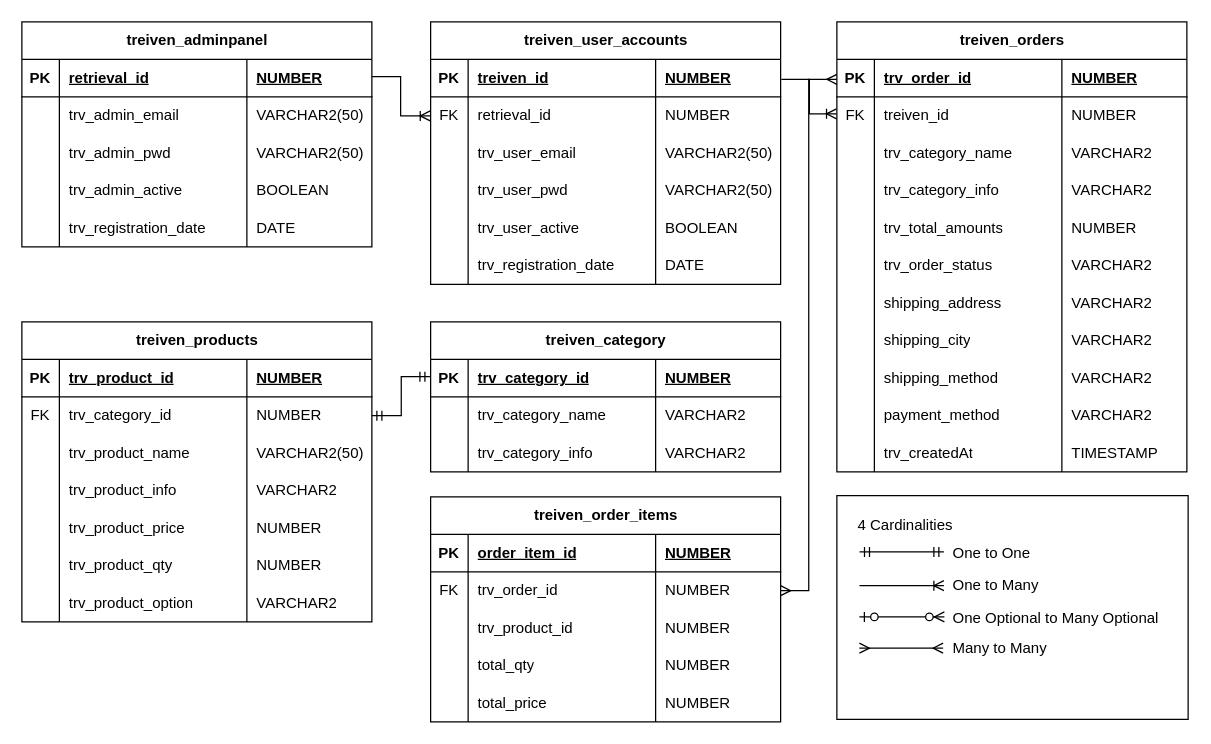
Above: public/treiven.drawio in lash0000/im101 (draw.io), before the change. Source tidied: cells renumbered, new cells numbered last; positions are measured from the earlier drawing's top-left corner, leaving out a move shared by most shapes. Both pictures are drawn from the tidied source at 125%, with x=0, y=0 at pixel (21, 21).
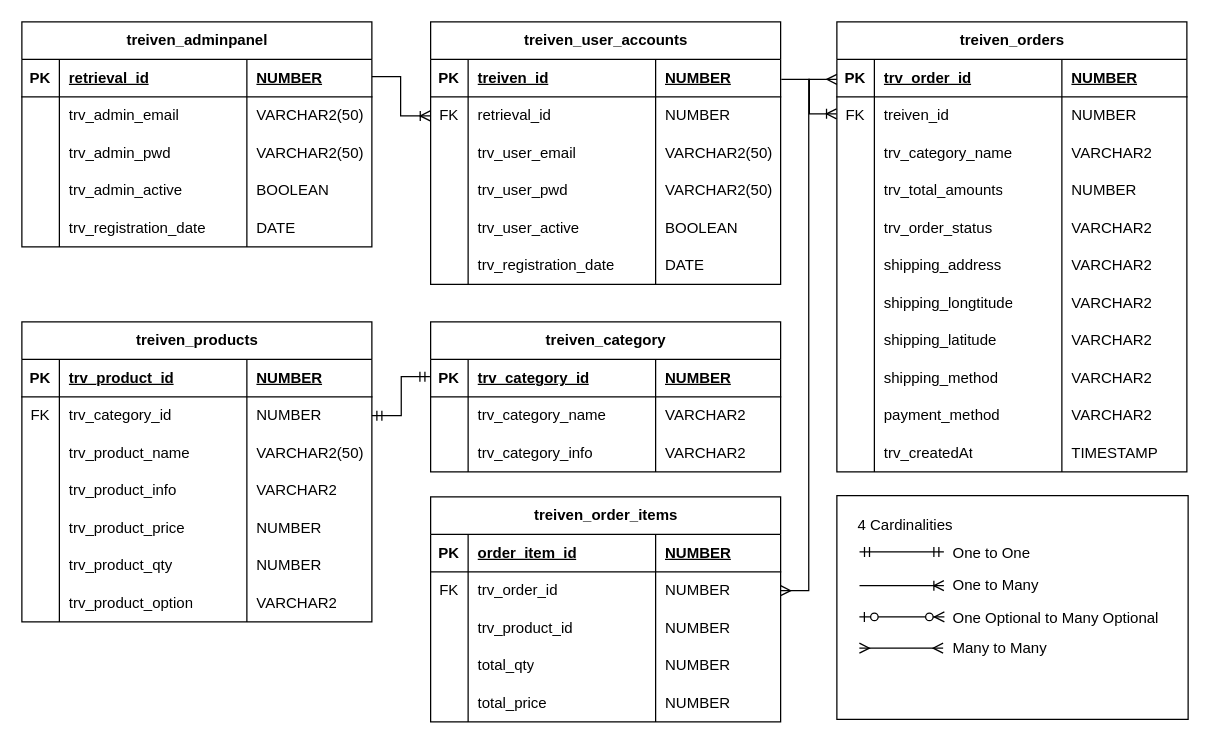
The same page after the edit.

Commit message:
merging ships

Unchanged cells that the change refers to:
```xml
<mxCell id="111" value="treiven_orders" style="shape=table;startSize=30;childLayout=tableLayout;rowLines=0;fontStyle=1;align=center;html=1;" parent="1" vertex="1">
  <mxGeometry x="652" width="280" height="360" as="geometry" />
</mxCell>
```

Change to the diagram source:
```diff
@@
-    <mxCell id="124" style="shape=tableRow;horizontal=0;startSize=0;swimlaneHead=0;swimlaneBody=0;fillColor=none;top=0;left=0;right=0;bottom=0;" parent="111" vertex="1">
-      <mxGeometry y="120" width="280" height="30" as="geometry" />
-    </mxCell>
-    <mxCell id="125" style="shape=partialRectangle;fillColor=none;top=0;left=0;bottom=0;right=0;overflow=hidden;whiteSpace=wrap;html=1;" parent="124" vertex="1">
-      <mxGeometry width="30" height="30" as="geometry" />
-    </mxCell>
-    <mxCell id="126" value="trv_category_info" style="shape=partialRectangle;fillColor=none;top=0;left=0;bottom=0;right=0;align=left;spacingLeft=6;overflow=hidden;whiteSpace=wrap;html=1;" parent="124" vertex="1">
-      <mxGeometry x="30" width="150" height="30" as="geometry" />
-    </mxCell>
-    <mxCell id="127" value="VARCHAR2" style="shape=partialRectangle;fillColor=none;top=0;left=0;bottom=0;right=0;align=left;spacingLeft=6;overflow=hidden;whiteSpace=wrap;html=1;" parent="124" vertex="1">
-      <mxGeometry x="180" width="100" height="30" as="geometry" />
-    </mxCell>
     <mxCell id="128" style="shape=tableRow;horizontal=0;startSize=0;swimlaneHead=0;swimlaneBody=0;fillColor=none;top=0;left=0;right=0;bottom=0;" parent="111" vertex="1">
-      <mxGeometry y="150" width="280" height="30" as="geometry" />
+      <mxGeometry y="120" width="280" height="30" as="geometry" />
     </mxCell>
@@
     <mxCell id="132" style="shape=tableRow;horizontal=0;startSize=0;swimlaneHead=0;swimlaneBody=0;fillColor=none;top=0;left=0;right=0;bottom=0;" parent="111" vertex="1">
-      <mxGeometry y="180" width="280" height="30" as="geometry" />
+      <mxGeometry y="150" width="280" height="30" as="geometry" />
     </mxCell>
@@
     <mxCell id="136" style="shape=tableRow;horizontal=0;startSize=0;swimlaneHead=0;swimlaneBody=0;fillColor=none;top=0;left=0;right=0;bottom=0;" parent="111" vertex="1">
-      <mxGeometry y="210" width="280" height="30" as="geometry" />
+      <mxGeometry y="180" width="280" height="30" as="geometry" />
     </mxCell>
@@
     <mxCell id="140" style="shape=tableRow;horizontal=0;startSize=0;swimlaneHead=0;swimlaneBody=0;fillColor=none;top=0;left=0;right=0;bottom=0;" parent="111" vertex="1">
-      <mxGeometry y="240" width="280" height="30" as="geometry" />
+      <mxGeometry y="210" width="280" height="30" as="geometry" />
     </mxCell>
@@
-    <mxCell id="142" value="shipping_city" style="shape=partialRectangle;fillColor=none;top=0;left=0;bottom=0;right=0;align=left;spacingLeft=6;overflow=hidden;whiteSpace=wrap;html=1;" parent="140" vertex="1">
+    <mxCell id="142" value="shipping_longtitude" style="shape=partialRectangle;fillColor=none;top=0;left=0;bottom=0;right=0;align=left;spacingLeft=6;overflow=hidden;whiteSpace=wrap;html=1;" parent="140" vertex="1">
       <mxGeometry x="30" width="150" height="30" as="geometry" />
     </mxCell>
@@
+    <mxCell id="171" style="shape=tableRow;horizontal=0;startSize=0;swimlaneHead=0;swimlaneBody=0;fillColor=none;top=0;left=0;right=0;bottom=0;" parent="111" vertex="1">
+      <mxGeometry y="240" width="280" height="30" as="geometry" />
+    </mxCell>
+    <mxCell id="125" style="shape=partialRectangle;fillColor=none;top=0;left=0;bottom=0;right=0;overflow=hidden;whiteSpace=wrap;html=1;" parent="171" vertex="1">
+      <mxGeometry width="30" height="30" as="geometry" />
+    </mxCell>
+    <mxCell id="172" value="shipping_latitude" style="shape=partialRectangle;fillColor=none;top=0;left=0;bottom=0;right=0;align=left;spacingLeft=6;overflow=hidden;whiteSpace=wrap;html=1;" parent="171" vertex="1">
+      <mxGeometry x="30" width="150" height="30" as="geometry" />
+    </mxCell>
+    <mxCell id="127" value="VARCHAR2" style="shape=partialRectangle;fillColor=none;top=0;left=0;bottom=0;right=0;align=left;spacingLeft=6;overflow=hidden;whiteSpace=wrap;html=1;" parent="171" vertex="1">
+      <mxGeometry x="180" width="100" height="30" as="geometry" />
+    </mxCell>
```
